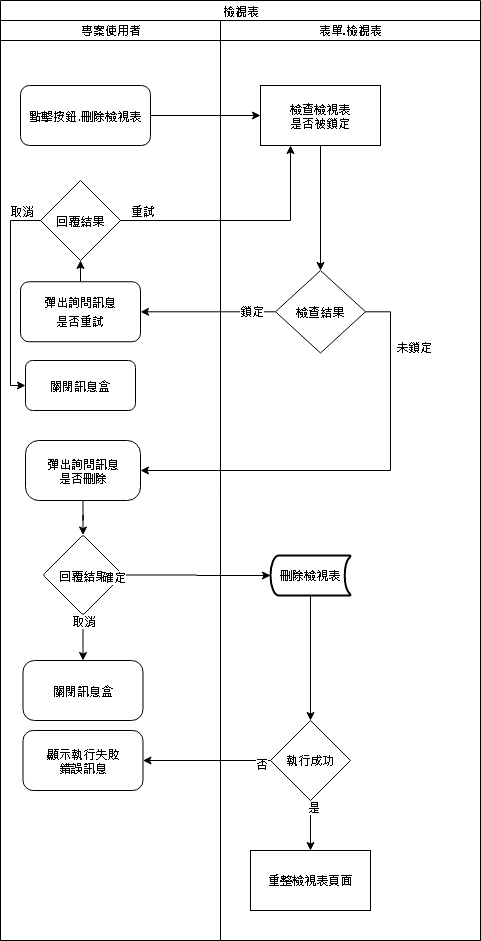
Above: 8.10.0/IDE/Specification/Logical/attachment/Diagram_Log_delete.png in ArcareRD/sadocs (draw.io), before the change. Source tidied: cells renumbered, new cells last; positions are measured from the earlier drawing's top-left corner, leaving out a move shared by most shapes.
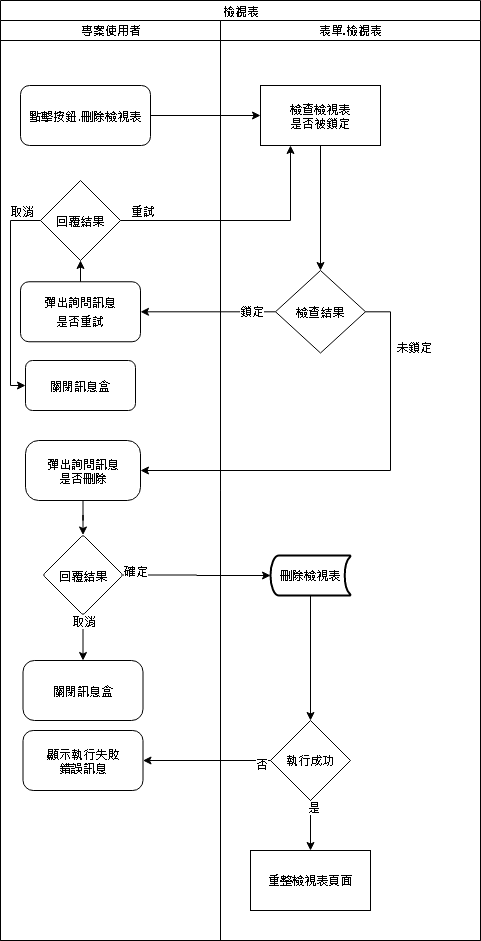
After the commit.

Diff of the diagram source:
```diff
@@ -63,11 +63,6 @@
     <mxCell id="19" style="edgeStyle=orthogonalEdgeStyle;rounded=0;jettySize=auto;html=1;fontFamily=Verdana;fontSize=12;" parent="2" edge="1" source="28" target="7">
       <mxGeometry relative="1" as="geometry" />
     </mxCell>
-    <mxCell id="20" value="鎖定" style="edgeLabel;html=1;align=center;verticalAlign=middle;fontSize=12;fontFamily=Verdana;" parent="19" vertex="1">
-      <mxGeometry x="0.29" y="2" relative="1" as="geometry">
-        <mxPoint x="117" y="-13.3" as="offset" />
-      </mxGeometry>
-    </mxCell>
     <mxCell id="21" value="鎖定" style="edgeLabel;html=1;align=center;verticalAlign=middle;fontSize=12;" parent="19" vertex="1">
       <mxGeometry x="-0.75" y="5" relative="1" as="geometry">
         <mxPoint x="-8.1" y="-6.3" as="offset" />
@@ -87,15 +82,15 @@
     <mxCell id="25" value="刪除檢視表" style="strokeWidth=2;html=1;shape=mxgraph.flowchart.stored_data;whiteSpace=wrap;fontSize=12;" parent="24" vertex="1">
       <mxGeometry x="50" y="535" width="80" height="40" as="geometry" />
     </mxCell>
+    <mxCell id="28" value="&lt;span style=&quot;font-size: 12px&quot;&gt;檢查結果&lt;/span&gt;" style="rhombus;whiteSpace=wrap;html=1;rounded=1;shadow=0;strokeWidth=1;fontFamily=Verdana;fontSize=8;arcSize=0;" parent="24" vertex="1">
+      <mxGeometry x="55" y="250" width="90" height="82.5" as="geometry" />
+    </mxCell>
     <mxCell id="26" value="檢查檢視表&lt;br&gt;是否被鎖定" style="whiteSpace=wrap;html=1;rounded=1;shadow=0;fontFamily=Verdana;fontSize=12;strokeWidth=1;arcSize=0;" parent="24" vertex="1">
       <mxGeometry x="40" y="65" width="120" height="60" as="geometry" />
     </mxCell>
     <mxCell id="27" style="edgeStyle=orthogonalEdgeStyle;rounded=0;jettySize=auto;html=1;fontSize=12;entryX=0.5;entryY=0;entryDx=0;entryDy=0;" parent="24" edge="1" source="26" target="28">
       <mxGeometry relative="1" as="geometry" />
     </mxCell>
-    <mxCell id="28" value="&lt;span style=&quot;font-size: 12px&quot;&gt;檢查結果&lt;/span&gt;" style="rhombus;whiteSpace=wrap;html=1;rounded=1;shadow=0;strokeWidth=1;fontFamily=Verdana;fontSize=8;arcSize=0;" parent="24" vertex="1">
-      <mxGeometry x="55" y="250" width="90" height="82.5" as="geometry" />
-    </mxCell>
     <mxCell id="29" style="edgeStyle=orthogonalEdgeStyle;rounded=0;jettySize=auto;html=1;fontSize=12;" parent="24" edge="1" source="25" target="30">
       <mxGeometry relative="1" as="geometry" />
     </mxCell>
@@ -123,12 +118,12 @@
         <mxPoint x="19.5" y="-103" as="offset" />
       </mxGeometry>
     </mxCell>
-    <mxCell id="36" style="edgeStyle=orthogonalEdgeStyle;rounded=0;jettySize=auto;html=1;fontSize=12;entryX=0;entryY=0.5;entryDx=0;entryDy=0;entryPerimeter=0;" parent="2" edge="1" source="14" target="25">
+    <mxCell id="36" style="edgeStyle=orthogonalEdgeStyle;rounded=0;jettySize=auto;html=1;fontSize=12;entryX=0;entryY=0.5;entryDx=0;entryDy=0;entryPerimeter=0;exitX=1;exitY=0.5;exitDx=0;exitDy=0;" parent="2" edge="1" source="14" target="25">
       <mxGeometry relative="1" as="geometry" />
     </mxCell>
     <mxCell id="37" value="確定" style="edgeLabel;html=1;align=center;verticalAlign=middle;fontSize=12;" parent="36" vertex="1">
       <mxGeometry y="-84" relative="1" as="geometry">
-        <mxPoint x="-84" y="-83" as="offset" />
+        <mxPoint x="-61" y="-89" as="offset" />
       </mxGeometry>
     </mxCell>
     <mxCell id="38" style="edgeStyle=orthogonalEdgeStyle;rounded=0;jettySize=auto;html=1;fontSize=12;entryX=1;entryY=0.5;entryDx=0;entryDy=0;" parent="2" edge="1" source="30" target="17">
```
